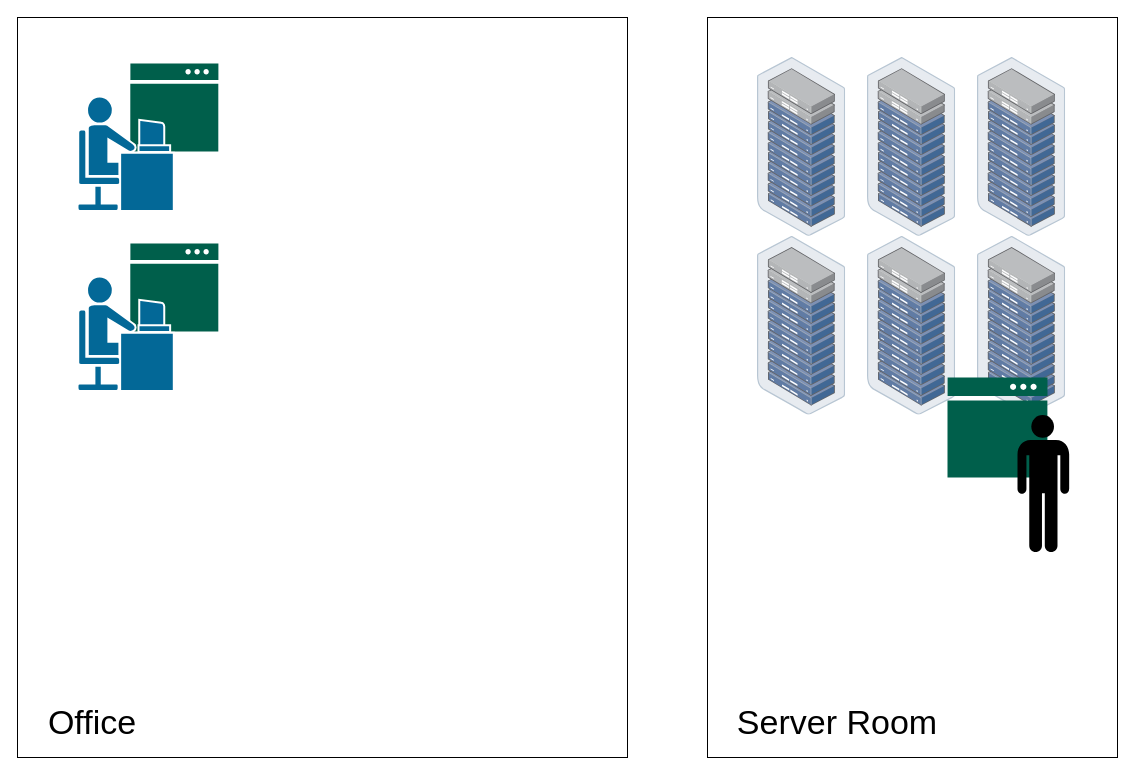
yokikim/Report-resource-linux keeps this draw.io diagram as ssh_connection.drawio. Above is the earlier version. Source tidied: cells renumbered, new cells numbered last; positions are measured from the earlier drawing's top-left corner, leaving out a move shared by most shapes. Both pictures are drawn from the tidied source at 100%, with x=0, y=0 at pixel (17, 17). Pictures stored in the file or linked from it are replaced by grey dashed boxes.
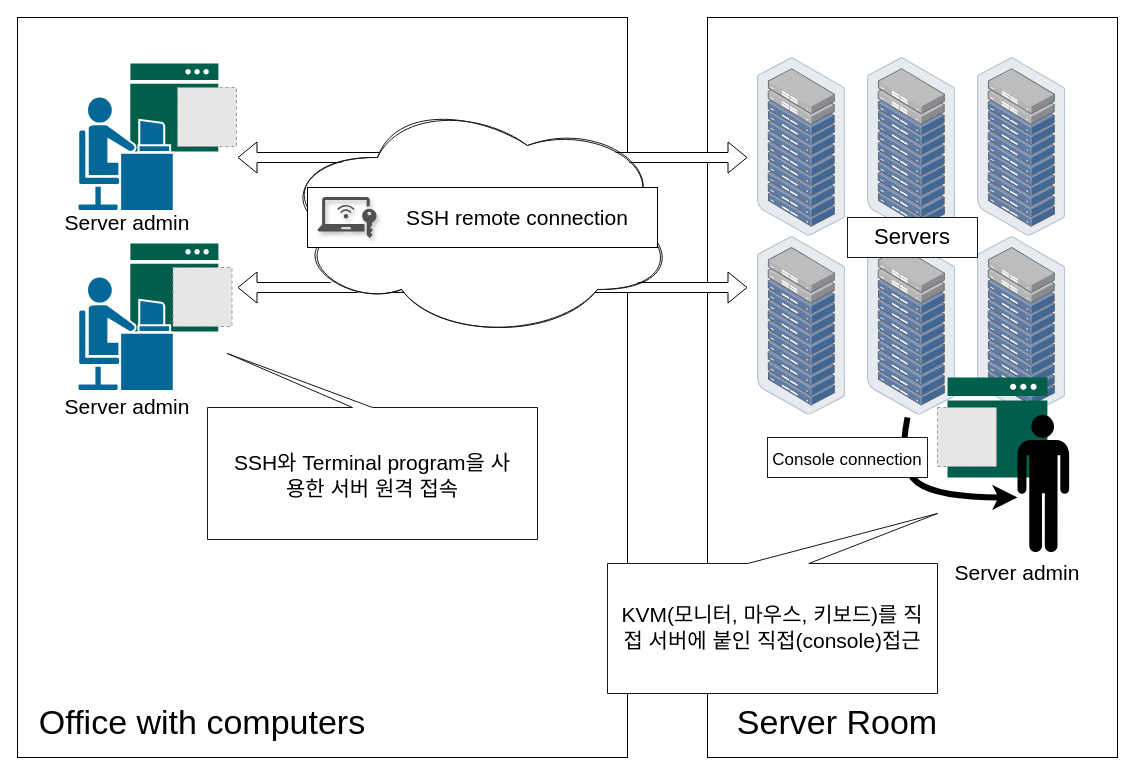
The same diagram, later.

The change refers to these unchanged cells:
```xml
<mxCell id="13" style="shape=mxgraph.signs.people.man_1;html=1;fillColor=#000000;strokeColor=none;verticalLabelPosition=bottom;verticalAlign=top;align=center;" parent="4" vertex="1">
  <mxGeometry x="1000" y="397.6" width="51.7" height="137" as="geometry" />
</mxCell>
```

Change to the diagram source:
```diff
@@
+    <mxCell id="25" style="curved=1;endArrow=classic;html=1;rounded=0;fontSize=34;entryX=0;entryY=0.601;entryDx=0;entryDy=0;entryPerimeter=0;strokeWidth=6;" parent="21" edge="1" target="13">
+      <mxGeometry relative="1" as="geometry">
+        <mxPoint x="890" y="400" as="sourcePoint" />
+        <Array as="points">
+          <mxPoint x="880" y="450" />
+          <mxPoint x="920" y="480" />
+        </Array>
+      </mxGeometry>
+    </mxCell>
+    <mxCell id="26" style="shape=flexArrow;endArrow=classic;startArrow=classic;html=1;rounded=0;strokeWidth=1;fontSize=34;fillColor=default;" parent="21" edge="1">
+      <mxGeometry relative="1" as="geometry">
+        <mxPoint x="220" y="270" as="sourcePoint" />
+        <mxPoint x="730" y="270" as="targetPoint" />
+      </mxGeometry>
+    </mxCell>
+    <mxCell id="27" style="shape=flexArrow;endArrow=classic;startArrow=classic;html=1;rounded=0;strokeWidth=1;fontSize=34;fillColor=default;" parent="21" edge="1">
+      <mxGeometry relative="1" as="geometry">
+        <mxPoint x="220" y="140" as="sourcePoint" />
+        <mxPoint x="730" y="140" as="targetPoint" />
+      </mxGeometry>
+    </mxCell>
+    <mxCell id="28" style="ellipse;shape=cloud;whiteSpace=wrap;html=1;shadow=0;labelBorderColor=none;strokeColor=#171717;fontSize=21;sketch=1;curveFitting=1;jiggle=2;" parent="21" vertex="1">
+      <mxGeometry x="260" y="80" width="400" height="240" as="geometry" />
+    </mxCell>
@@
-    <mxCell id="24" value="&lt;font style=&quot;font-size: 34px;&quot;&gt;Office&lt;/font&gt;" style="text;html=1;strokeColor=none;fillColor=none;align=center;verticalAlign=middle;whiteSpace=wrap;rounded=0;" parent="22" vertex="1">
-      <mxGeometry y="670" width="150" height="70" as="geometry" />
+    <mxCell id="24" value="&lt;font style=&quot;font-size: 34px;&quot;&gt;Office with computers&lt;/font&gt;" style="text;html=1;strokeColor=none;fillColor=none;align=center;verticalAlign=middle;whiteSpace=wrap;rounded=0;" parent="22" vertex="1">
+      <mxGeometry y="670" width="370" height="70" as="geometry" />
     </mxCell>
+    <mxCell id="29" style="group;" parent="22" vertex="1">
+      <mxGeometry x="290" y="170" width="350" height="60" as="geometry" />
+    </mxCell>
+    <mxCell id="30" style="rounded=0;whiteSpace=wrap;html=1;fontSize=34;align=center;verticalAlign=middle;horizontal=1;" parent="29" vertex="1">
+      <mxGeometry width="350" height="60" as="geometry" />
+    </mxCell>
+    <mxCell id="31" style="sketch=0;shadow=1;dashed=0;html=1;strokeColor=none;fillColor=#505050;labelPosition=center;verticalLabelPosition=bottom;verticalAlign=top;align=center;shape=mxgraph.office.concepts.remote_access;fontSize=21;labelBorderColor=none;perimeterSpacing=4;" parent="29" vertex="1">
+      <mxGeometry x="10" y="9.5" width="59" height="41" as="geometry" />
+    </mxCell>
+    <mxCell id="32" value="SSH remote connection" style="text;html=1;strokeColor=none;fillColor=none;align=center;verticalAlign=middle;whiteSpace=wrap;rounded=0;fontSize=21;" parent="29" vertex="1">
+      <mxGeometry x="90" y="15" width="240" height="30" as="geometry" />
+    </mxCell>
+    <mxCell id="33" value="Server admin" style="text;html=1;strokeColor=none;fillColor=none;align=center;verticalAlign=middle;whiteSpace=wrap;rounded=0;fontSize=21;" parent="22" vertex="1">
+      <mxGeometry x="30" y="374" width="160" height="30" as="geometry" />
+    </mxCell>
+    <mxCell id="34" value="Server admin" style="text;html=1;strokeColor=none;fillColor=none;align=center;verticalAlign=middle;whiteSpace=wrap;rounded=0;fontSize=21;" parent="22" vertex="1">
+      <mxGeometry x="30" y="190" width="160" height="30" as="geometry" />
+    </mxCell>
+    <mxCell id="35" value="Server admin" style="text;html=1;strokeColor=none;fillColor=none;align=center;verticalAlign=middle;whiteSpace=wrap;rounded=0;fontSize=21;" parent="22" vertex="1">
+      <mxGeometry x="920" y="540" width="160" height="30" as="geometry" />
+    </mxCell>
+    <mxCell id="36" style="shape=callout;whiteSpace=wrap;html=1;perimeter=calloutPerimeter;shadow=0;labelBorderColor=none;strokeColor=#171717;fontSize=21;rotation=-180;position2=0.94;base=20;size=54;position=0.5;" parent="22" vertex="1">
+      <mxGeometry x="190" y="336" width="330" height="186" as="geometry" />
+    </mxCell>
+    <mxCell id="37" style="shape=callout;whiteSpace=wrap;html=1;perimeter=calloutPerimeter;shadow=0;labelBorderColor=none;strokeColor=#171717;fontSize=21;rotation=-180;position2=0;base=61;size=50;position=0.39;" parent="22" vertex="1">
+      <mxGeometry x="590" y="496" width="330" height="180" as="geometry" />
+    </mxCell>
+    <mxCell id="38" value="SSH와 Terminal program을 사용한 서버 원격 접속" style="text;html=1;strokeColor=none;fillColor=none;align=center;verticalAlign=middle;whiteSpace=wrap;rounded=0;fontSize=21;" parent="22" vertex="1">
+      <mxGeometry x="210" y="410" width="290" height="96" as="geometry" />
+    </mxCell>
+    <mxCell id="39" value="KVM(모니터, 마우스, 키보드)를 직접 서버에 붙인 직접(console)접근" style="text;html=1;strokeColor=none;fillColor=none;align=center;verticalAlign=middle;whiteSpace=wrap;rounded=0;fontSize=21;" parent="22" vertex="1">
+      <mxGeometry x="600" y="560" width="310" height="100" as="geometry" />
+    </mxCell>
+    <mxCell id="40" value="&lt;font style=&quot;font-size: 17px;&quot;&gt;Console connection&lt;/font&gt;" style="rounded=0;whiteSpace=wrap;html=1;shadow=0;labelBorderColor=none;sketch=0;strokeColor=#171717;fontSize=21;" parent="22" vertex="1">
+      <mxGeometry x="750" y="420" width="160" height="40" as="geometry" />
+    </mxCell>
+    <mxCell id="41" value="&lt;font style=&quot;font-size: 22px;&quot;&gt;Servers&lt;/font&gt;" style="rounded=0;whiteSpace=wrap;html=1;shadow=0;labelBorderColor=none;sketch=0;strokeColor=#171717;fontSize=21;" parent="22" vertex="1">
+      <mxGeometry x="830" y="200" width="130" height="40" as="geometry" />
+    </mxCell>
+    <mxCell id="42" style="fillColor=#E6E6E6;strokeColor=#999999;dashed=1;html=1;verticalAlign=top;verticalLabelPosition=bottom;labelBackgroundColor=#ffffff;fontSize=17;" parent="22" vertex="1">
+      <mxGeometry x="160" y="70" width="59" height="59" as="geometry" />
+    </mxCell>
+    <mxCell id="43" style="fillColor=#E6E6E6;strokeColor=#999999;dashed=1;html=1;verticalAlign=top;verticalLabelPosition=bottom;labelBackgroundColor=#ffffff;fontSize=17;" parent="22" vertex="1">
+      <mxGeometry x="155.5" y="250" width="59" height="59" as="geometry" />
+    </mxCell>
+    <mxCell id="44" style="fillColor=#E6E6E6;strokeColor=#999999;dashed=1;html=1;verticalAlign=top;verticalLabelPosition=bottom;labelBackgroundColor=#ffffff;fontSize=17;" parent="22" vertex="1">
+      <mxGeometry x="920" y="390" width="59" height="59" as="geometry" />
+    </mxCell>
```
